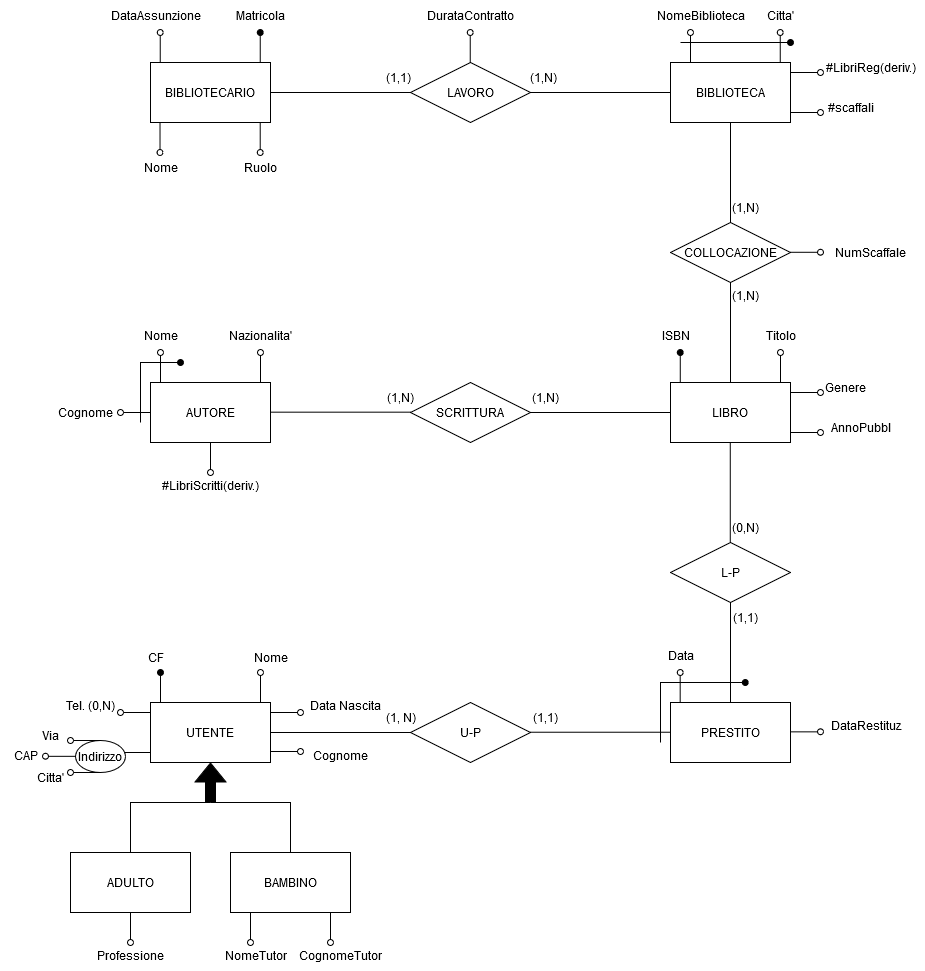
This is Biblioteca.drawio.png from alexbnls/BasiDati, a draw.io export, as it was before one commit. Source tidied: cells renumbered, new cells last; positions are measured from the earlier drawing's top-left corner, leaving out a move shared by most shapes.
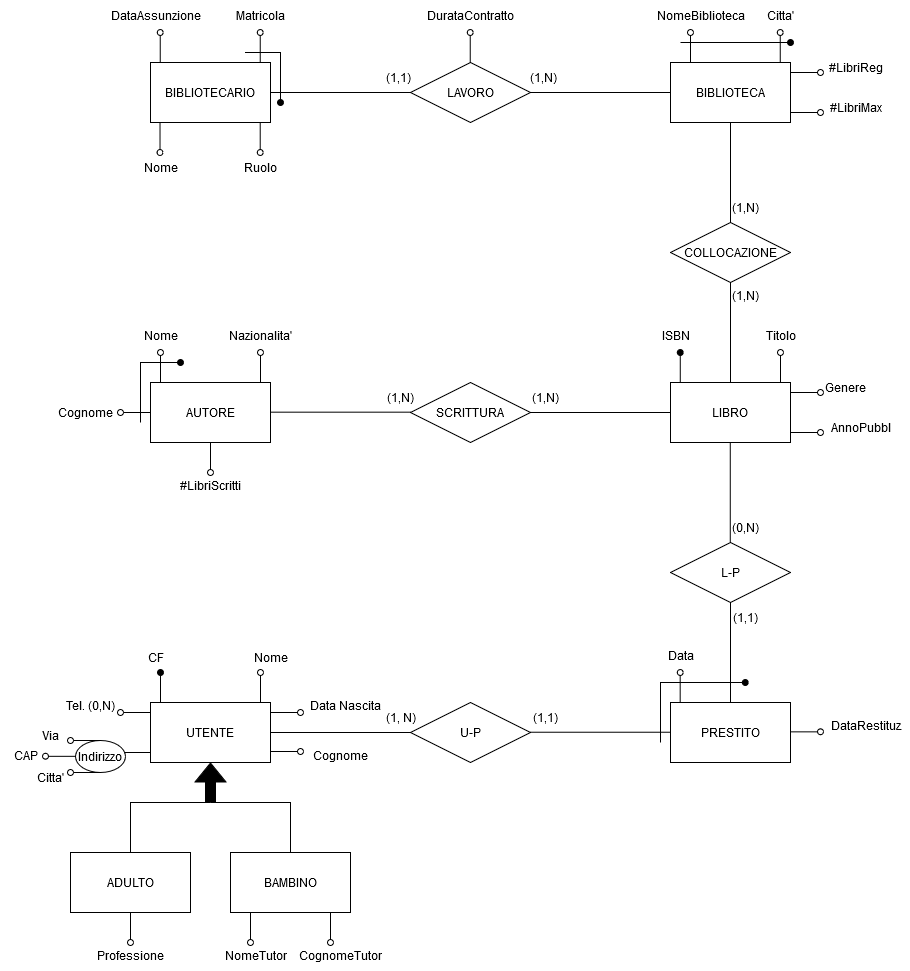
After the change.

The edit, as a diff of the source:
```diff
@@ -323,8 +323,8 @@
         <mxPoint x="820" y="72" as="targetPoint" />
       </mxGeometry>
     </mxCell>
-    <mxCell id="73" value="#LibriReg(deriv.)" style="text;html=1;align=center;verticalAlign=middle;strokeColor=none;fillColor=none;" parent="1" vertex="1">
-      <mxGeometry x="815" y="52" width="110" height="30" as="geometry" />
+    <mxCell id="73" value="#LibriReg" style="text;html=1;align=center;verticalAlign=middle;strokeColor=none;fillColor=none;" parent="1" vertex="1">
+      <mxGeometry x="820" y="52" width="70" height="30" as="geometry" />
     </mxCell>
     <mxCell id="74" value="LAVORO" style="rhombus;whiteSpace=wrap;html=1;" parent="1" vertex="1">
       <mxGeometry x="410" y="62" width="120" height="60" as="geometry" />
@@ -350,7 +350,7 @@
     <mxCell id="79" value="BIBLIOTECARIO" style="rounded=0;whiteSpace=wrap;html=1;" parent="1" vertex="1">
       <mxGeometry x="150" y="62" width="120" height="60" as="geometry" />
     </mxCell>
-    <mxCell id="80" style="endArrow=oval;html=1;rounded=0;endFill=1;" parent="1" edge="1">
+    <mxCell id="80" style="endArrow=oval;html=1;rounded=0;endFill=0;" parent="1" edge="1">
       <mxGeometry relative="1" as="geometry">
         <mxPoint x="259.7" y="62" as="sourcePoint" />
         <mxPoint x="259.7" y="32" as="targetPoint" />
@@ -398,8 +398,8 @@
         <mxPoint x="820" y="112" as="targetPoint" />
       </mxGeometry>
     </mxCell>
-    <mxCell id="90" value="#scaffali" style="text;html=1;align=center;verticalAlign=middle;strokeColor=none;fillColor=none;" parent="1" vertex="1">
-      <mxGeometry x="815" y="92" width="70" height="30" as="geometry" />
+    <mxCell id="90" value="#LibriMax" style="text;html=1;align=center;verticalAlign=middle;strokeColor=none;fillColor=none;" parent="1" vertex="1">
+      <mxGeometry x="815" y="92" width="80" height="30" as="geometry" />
     </mxCell>
     <mxCell id="91" style="endArrow=oval;html=1;rounded=0;endFill=1;" parent="1" edge="1">
       <mxGeometry relative="1" as="geometry">
@@ -422,15 +422,6 @@
     <mxCell id="94" value="DurataContratto" style="text;html=1;align=center;verticalAlign=middle;strokeColor=none;fillColor=none;" parent="1" vertex="1">
       <mxGeometry x="415" width="110" height="30" as="geometry" />
     </mxCell>
-    <mxCell id="95" style="endArrow=oval;html=1;rounded=0;endFill=0;" parent="1" edge="1">
-      <mxGeometry relative="1" as="geometry">
-        <mxPoint x="790" y="251.8" as="sourcePoint" />
-        <mxPoint x="820" y="251.8" as="targetPoint" />
-      </mxGeometry>
-    </mxCell>
-    <mxCell id="96" value="NumScaffale" style="text;html=1;align=center;verticalAlign=middle;strokeColor=none;fillColor=none;" parent="1" vertex="1">
-      <mxGeometry x="825" y="237" width="90" height="30" as="geometry" />
-    </mxCell>
     <mxCell id="97" style="endArrow=oval;html=1;rounded=0;endFill=0;" parent="1" edge="1">
       <mxGeometry relative="1" as="geometry">
         <mxPoint x="130" y="912" as="sourcePoint" />
@@ -464,8 +455,17 @@
         <mxPoint x="210" y="472" as="targetPoint" />
       </mxGeometry>
     </mxCell>
-    <mxCell id="104" value="#LibriScritti(deriv.)" style="text;html=1;align=center;verticalAlign=middle;strokeColor=none;fillColor=none;" parent="1" vertex="1">
-      <mxGeometry x="150" y="470" width="120" height="30" as="geometry" />
+    <mxCell id="104" value="#LibriScritti" style="text;html=1;align=center;verticalAlign=middle;strokeColor=none;fillColor=none;" parent="1" vertex="1">
+      <mxGeometry x="170" y="470" width="80" height="30" as="geometry" />
     </mxCell>
+    <mxCell id="105" style="endArrow=oval;html=1;rounded=0;endFill=1;" parent="1" edge="1">
+      <mxGeometry relative="1" as="geometry">
+        <mxPoint x="245" y="52" as="sourcePoint" />
+        <mxPoint x="280" y="102" as="targetPoint" />
+        <Array as="points">
+          <mxPoint x="280" y="52" />
+        </Array>
+      </mxGeometry>
+    </mxCell>
   </root>
 </mxGraphModel>
```
